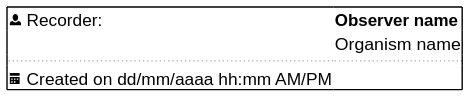
Above: use-case/collect/landing/observed-location-ui-technical-information.svg in sumaris-net/sumaris-doc (PlantUML), before the change. Its source is kept beside it as use-case/collect/landing/observed-location-ui-technical-information.puml. Source of this version:
```plantuml
@startsalt
{+
<&person> Recorder: | <b>Observer name
.                   | Organism name
.. | ..
<&calendar> Created on dd/mm/aaaa  hh:mm AM/PM
}
@endsalt
```
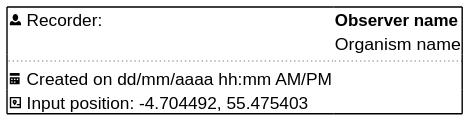
The same file after the commit.

Change to the diagram source:
```diff
@@ -4,5 +4,6 @@
 .                   | Organism name
 .. | ..
 <&calendar> Created on dd/mm/aaaa  hh:mm AM/PM
+<&map> Input position: -4.704492, 55.475403
 }
 @endsalt
```
